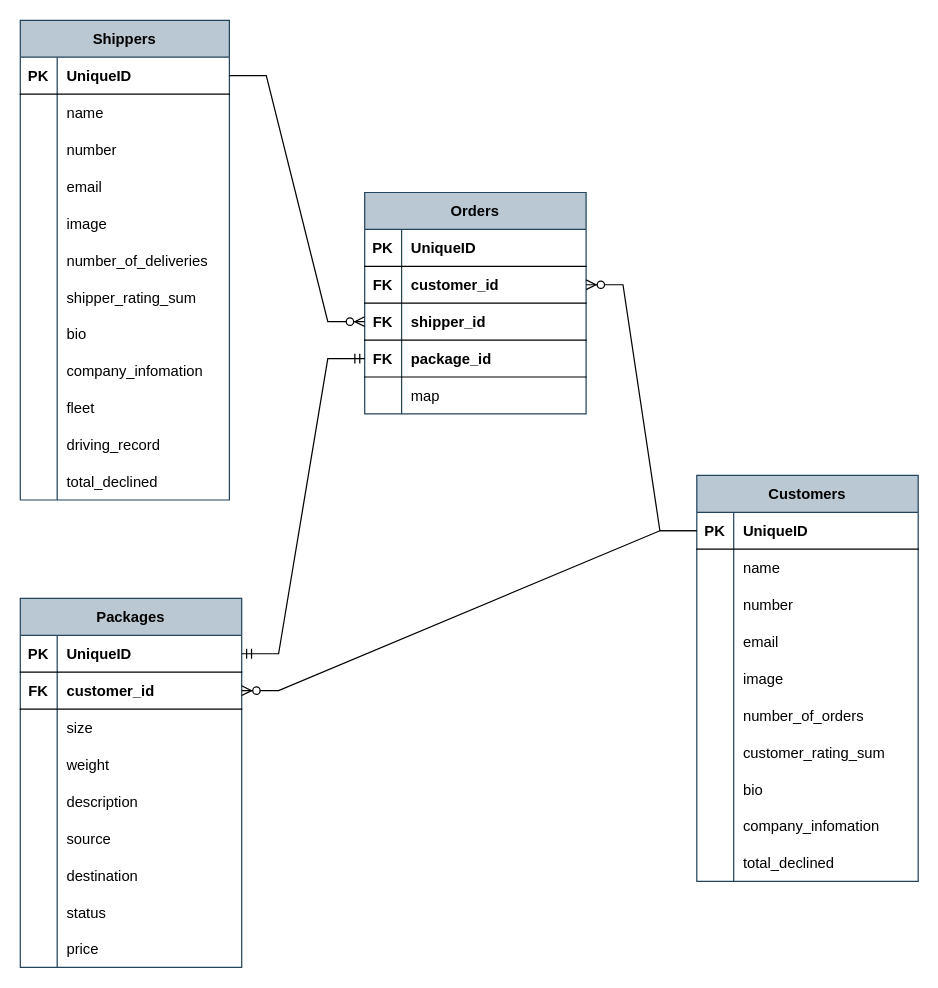
nforne/safe2ship keeps this draw.io diagram as docs/safe2shipERD.drawio. Above is the earlier version. Source tidied: cells renumbered, new cells numbered last; positions are measured from the earlier drawing's top-left corner, leaving out a move shared by most shapes. Both pictures are drawn from the tidied source at 123%, with x=0, y=0 at pixel (20, 20).
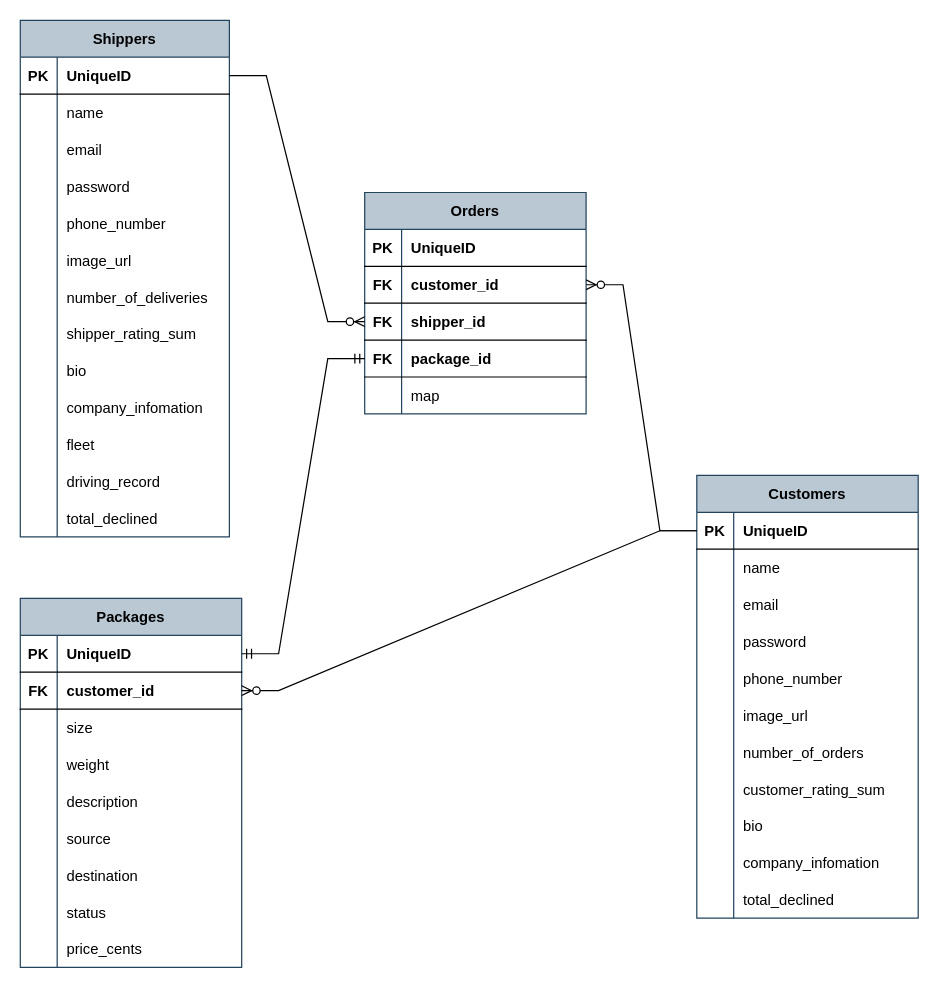
The same page after the edit.

The change refers to these unchanged cells:
```xml
<mxCell id="9" style="shape=partialRectangle;fillColor=none;top=0;left=0;bottom=0;right=0;" parent="2" vertex="1">
  <mxGeometry y="90" width="170" height="30" as="geometry" />
</mxCell>
<mxCell id="12" style="shape=partialRectangle;fillColor=none;top=0;left=0;bottom=0;right=0;" parent="2" vertex="1">
  <mxGeometry y="120" width="170" height="30" as="geometry" />
</mxCell>
<mxCell id="15" style="shape=partialRectangle;fillColor=none;top=0;left=0;bottom=0;right=0;" parent="2" vertex="1">
  <mxGeometry y="150" width="170" height="30" as="geometry" />
</mxCell>
<mxCell id="18" style="shape=partialRectangle;fillColor=none;top=0;left=0;bottom=0;right=0;" parent="2" vertex="1">
  <mxGeometry y="180" width="170" height="30" as="geometry" />
</mxCell>
<mxCell id="21" style="shape=partialRectangle;fillColor=none;top=0;left=0;bottom=0;right=0;" parent="2" vertex="1">
  <mxGeometry y="210" width="170" height="30" as="geometry" />
</mxCell>
<mxCell id="24" style="shape=partialRectangle;fillColor=none;top=0;left=0;bottom=0;right=0;" parent="2" vertex="1">
  <mxGeometry y="240" width="170" height="30" as="geometry" />
</mxCell>
<mxCell id="27" style="shape=partialRectangle;fillColor=none;top=0;left=0;bottom=0;right=0;" parent="2" vertex="1">
  <mxGeometry y="270" width="170" height="30" as="geometry" />
</mxCell>
<mxCell id="30" style="shape=partialRectangle;fillColor=none;top=0;left=0;bottom=0;right=0;" parent="2" vertex="1">
  <mxGeometry y="300" width="170" height="30" as="geometry" />
</mxCell>
<mxCell id="33" style="shape=partialRectangle;fillColor=none;top=0;left=0;bottom=0;right=0;" parent="2" vertex="1">
  <mxGeometry y="330" width="170" height="30" as="geometry" />
</mxCell>
<mxCell id="36" style="shape=partialRectangle;fillColor=none;top=0;left=0;bottom=0;right=0;" parent="2" vertex="1">
  <mxGeometry y="360" width="170" height="30" as="geometry" />
</mxCell>
<mxCell id="46" style="shape=partialRectangle;fillColor=none;top=0;left=0;bottom=0;right=0;" parent="39" vertex="1">
  <mxGeometry y="90" width="180" height="30" as="geometry" />
</mxCell>
<mxCell id="49" style="shape=partialRectangle;fillColor=none;top=0;left=0;bottom=0;right=0;" parent="39" vertex="1">
  <mxGeometry y="120" width="180" height="30" as="geometry" />
</mxCell>
<mxCell id="95" style="shape=partialRectangle;fillColor=none;top=0;left=0;bottom=0;right=0;" parent="70" vertex="1">
  <mxGeometry y="270" width="180" height="30" as="geometry" />
</mxCell>
```

The edit, as a diff of the source:
```diff
@@
     <mxCell id="2" value="Shippers" style="shape=table;startSize=30;childLayout=tableLayout;rowLines=0;fontStyle=1;align=center;fillColor=#bac8d3;strokeColor=#23445d;" parent="1" vertex="1">
-      <mxGeometry width="170" height="390" as="geometry" />
+      <mxGeometry width="170" height="420" as="geometry" />
     </mxCell>
@@
-    <mxCell id="11" value="number" style="shape=partialRectangle;fillColor=none;top=0;left=0;bottom=0;right=0;align=left;spacingLeft=6;overflow=hidden;" parent="9" vertex="1">
+    <mxCell id="11" value="email" style="shape=partialRectangle;fillColor=none;top=0;left=0;bottom=0;right=0;align=left;spacingLeft=6;overflow=hidden;" parent="9" vertex="1">
       <mxGeometry x="30" width="140" height="30" as="geometry" />
     </mxCell>
@@
-    <mxCell id="14" value="email" style="shape=partialRectangle;fillColor=none;top=0;left=0;bottom=0;right=0;align=left;spacingLeft=6;overflow=hidden;" parent="12" vertex="1">
+    <mxCell id="14" value="password" style="shape=partialRectangle;fillColor=none;top=0;left=0;bottom=0;right=0;align=left;spacingLeft=6;overflow=hidden;" parent="12" vertex="1">
       <mxGeometry x="30" width="140" height="30" as="geometry" />
     </mxCell>
@@
-    <mxCell id="17" value="image" style="shape=partialRectangle;fillColor=none;top=0;left=0;bottom=0;right=0;align=left;spacingLeft=6;overflow=hidden;" parent="15" vertex="1">
+    <mxCell id="17" value="phone_number" style="shape=partialRectangle;fillColor=none;top=0;left=0;bottom=0;right=0;align=left;spacingLeft=6;overflow=hidden;" parent="15" vertex="1">
       <mxGeometry x="30" width="140" height="30" as="geometry" />
     </mxCell>
@@
-    <mxCell id="20" value="number_of_deliveries" style="shape=partialRectangle;fillColor=none;top=0;left=0;bottom=0;right=0;align=left;spacingLeft=6;overflow=hidden;" parent="18" vertex="1">
+    <mxCell id="20" value="image_url" style="shape=partialRectangle;fillColor=none;top=0;left=0;bottom=0;right=0;align=left;spacingLeft=6;overflow=hidden;" parent="18" vertex="1">
       <mxGeometry x="30" width="140" height="30" as="geometry" />
     </mxCell>
@@
-    <mxCell id="23" value="shipper_rating_sum" style="shape=partialRectangle;fillColor=none;top=0;left=0;bottom=0;right=0;align=left;spacingLeft=6;overflow=hidden;" parent="21" vertex="1">
+    <mxCell id="23" value="number_of_deliveries" style="shape=partialRectangle;fillColor=none;top=0;left=0;bottom=0;right=0;align=left;spacingLeft=6;overflow=hidden;" parent="21" vertex="1">
       <mxGeometry x="30" width="140" height="30" as="geometry" />
     </mxCell>
@@
-    <mxCell id="26" value="bio" style="shape=partialRectangle;fillColor=none;top=0;left=0;bottom=0;right=0;align=left;spacingLeft=6;overflow=hidden;" parent="24" vertex="1">
+    <mxCell id="26" value="shipper_rating_sum" style="shape=partialRectangle;fillColor=none;top=0;left=0;bottom=0;right=0;align=left;spacingLeft=6;overflow=hidden;" parent="24" vertex="1">
       <mxGeometry x="30" width="140" height="30" as="geometry" />
     </mxCell>
@@
-    <mxCell id="29" value="company_infomation" style="shape=partialRectangle;fillColor=none;top=0;left=0;bottom=0;right=0;align=left;spacingLeft=6;overflow=hidden;" parent="27" vertex="1">
+    <mxCell id="29" value="bio" style="shape=partialRectangle;fillColor=none;top=0;left=0;bottom=0;right=0;align=left;spacingLeft=6;overflow=hidden;" parent="27" vertex="1">
       <mxGeometry x="30" width="140" height="30" as="geometry" />
     </mxCell>
@@
-    <mxCell id="32" value="fleet" style="shape=partialRectangle;fillColor=none;top=0;left=0;bottom=0;right=0;align=left;spacingLeft=6;overflow=hidden;" parent="30" vertex="1">
+    <mxCell id="32" value="company_infomation" style="shape=partialRectangle;fillColor=none;top=0;left=0;bottom=0;right=0;align=left;spacingLeft=6;overflow=hidden;" parent="30" vertex="1">
       <mxGeometry x="30" width="140" height="30" as="geometry" />
     </mxCell>
@@
-    <mxCell id="35" value="driving_record" style="shape=partialRectangle;fillColor=none;top=0;left=0;bottom=0;right=0;align=left;spacingLeft=6;overflow=hidden;" parent="33" vertex="1">
+    <mxCell id="35" value="fleet" style="shape=partialRectangle;fillColor=none;top=0;left=0;bottom=0;right=0;align=left;spacingLeft=6;overflow=hidden;" parent="33" vertex="1">
       <mxGeometry x="30" width="140" height="30" as="geometry" />
     </mxCell>
@@
-    <mxCell id="38" value="total_declined" style="shape=partialRectangle;fillColor=none;top=0;left=0;bottom=0;right=0;align=left;spacingLeft=6;overflow=hidden;" parent="36" vertex="1">
+    <mxCell id="38" value="driving_record" style="shape=partialRectangle;fillColor=none;top=0;left=0;bottom=0;right=0;align=left;spacingLeft=6;overflow=hidden;" parent="36" vertex="1">
       <mxGeometry x="30" width="140" height="30" as="geometry" />
     </mxCell>
+    <mxCell id="118" style="shape=partialRectangle;fillColor=none;top=0;left=0;bottom=0;right=0;" parent="2" vertex="1">
+      <mxGeometry y="390" width="170" height="30" as="geometry" />
+    </mxCell>
+    <mxCell id="119" style="shape=partialRectangle;fillColor=none;top=0;left=0;bottom=0;right=0;overflow=hidden;" parent="118" vertex="1">
+      <mxGeometry width="30" height="30" as="geometry" />
+    </mxCell>
+    <mxCell id="120" value="total_declined" style="shape=partialRectangle;fillColor=none;top=0;left=0;bottom=0;right=0;align=left;spacingLeft=6;overflow=hidden;" parent="118" vertex="1">
+      <mxGeometry x="30" width="140" height="30" as="geometry" />
+    </mxCell>
     <mxCell id="39" value="Customers" style="shape=table;startSize=30;childLayout=tableLayout;rowLines=0;fontStyle=1;align=center;fillColor=#bac8d3;strokeColor=#23445d;" parent="1" vertex="1">
-      <mxGeometry x="550" y="370" width="180" height="330" as="geometry" />
+      <mxGeometry x="550" y="370" width="180" height="360" as="geometry" />
     </mxCell>
@@
-    <mxCell id="48" value="number" style="shape=partialRectangle;fillColor=none;top=0;left=0;bottom=0;right=0;align=left;spacingLeft=6;overflow=hidden;" parent="46" vertex="1">
+    <mxCell id="48" value="email" style="shape=partialRectangle;fillColor=none;top=0;left=0;bottom=0;right=0;align=left;spacingLeft=6;overflow=hidden;" parent="46" vertex="1">
       <mxGeometry x="30" width="150" height="30" as="geometry" />
     </mxCell>
@@
-    <mxCell id="51" value="email" style="shape=partialRectangle;fillColor=none;top=0;left=0;bottom=0;right=0;align=left;spacingLeft=6;overflow=hidden;" parent="49" vertex="1">
+    <mxCell id="51" value="password" style="shape=partialRectangle;fillColor=none;top=0;left=0;bottom=0;right=0;align=left;spacingLeft=6;overflow=hidden;" parent="49" vertex="1">
       <mxGeometry x="30" width="150" height="30" as="geometry" />
     </mxCell>
+    <mxCell id="121" style="shape=partialRectangle;fillColor=none;top=0;left=0;bottom=0;right=0;" parent="39" vertex="1">
+      <mxGeometry y="150" width="180" height="30" as="geometry" />
+    </mxCell>
+    <mxCell id="122" style="shape=partialRectangle;fillColor=none;top=0;left=0;bottom=0;right=0;overflow=hidden;" parent="121" vertex="1">
+      <mxGeometry width="30" height="30" as="geometry" />
+    </mxCell>
+    <mxCell id="123" value="phone_number" style="shape=partialRectangle;fillColor=none;top=0;left=0;bottom=0;right=0;align=left;spacingLeft=6;overflow=hidden;" parent="121" vertex="1">
+      <mxGeometry x="30" width="150" height="30" as="geometry" />
+    </mxCell>
     <mxCell id="52" style="shape=partialRectangle;fillColor=none;top=0;left=0;bottom=0;right=0;" parent="39" vertex="1">
-      <mxGeometry y="150" width="180" height="30" as="geometry" />
+      <mxGeometry y="180" width="180" height="30" as="geometry" />
     </mxCell>
@@
-    <mxCell id="54" value="image" style="shape=partialRectangle;fillColor=none;top=0;left=0;bottom=0;right=0;align=left;spacingLeft=6;overflow=hidden;" parent="52" vertex="1">
+    <mxCell id="54" value="image_url" style="shape=partialRectangle;fillColor=none;top=0;left=0;bottom=0;right=0;align=left;spacingLeft=6;overflow=hidden;" parent="52" vertex="1">
       <mxGeometry x="30" width="150" height="30" as="geometry" />
     </mxCell>
     <mxCell id="55" style="shape=partialRectangle;fillColor=none;top=0;left=0;bottom=0;right=0;" parent="39" vertex="1">
-      <mxGeometry y="180" width="180" height="30" as="geometry" />
+      <mxGeometry y="210" width="180" height="30" as="geometry" />
     </mxCell>
@@
     <mxCell id="58" style="shape=partialRectangle;fillColor=none;top=0;left=0;bottom=0;right=0;" parent="39" vertex="1">
-      <mxGeometry y="210" width="180" height="30" as="geometry" />
+      <mxGeometry y="240" width="180" height="30" as="geometry" />
     </mxCell>
@@
     <mxCell id="61" style="shape=partialRectangle;fillColor=none;top=0;left=0;bottom=0;right=0;" parent="39" vertex="1">
-      <mxGeometry y="240" width="180" height="30" as="geometry" />
+      <mxGeometry y="270" width="180" height="30" as="geometry" />
     </mxCell>
@@
     <mxCell id="64" style="shape=partialRectangle;fillColor=none;top=0;left=0;bottom=0;right=0;" parent="39" vertex="1">
-      <mxGeometry y="270" width="180" height="30" as="geometry" />
+      <mxGeometry y="300" width="180" height="30" as="geometry" />
     </mxCell>
@@
     <mxCell id="67" style="shape=partialRectangle;fillColor=none;top=0;left=0;bottom=0;right=0;" parent="39" vertex="1">
-      <mxGeometry y="300" width="180" height="30" as="geometry" />
+      <mxGeometry y="330" width="180" height="30" as="geometry" />
     </mxCell>
@@
-    <mxCell id="97" value="price" style="shape=partialRectangle;fillColor=none;top=0;left=0;bottom=0;right=0;align=left;spacingLeft=6;overflow=hidden;" parent="95" vertex="1">
+    <mxCell id="97" value="price_cents" style="shape=partialRectangle;fillColor=none;top=0;left=0;bottom=0;right=0;align=left;spacingLeft=6;overflow=hidden;" parent="95" vertex="1">
       <mxGeometry x="30" width="150" height="30" as="geometry" />
     </mxCell>
```
